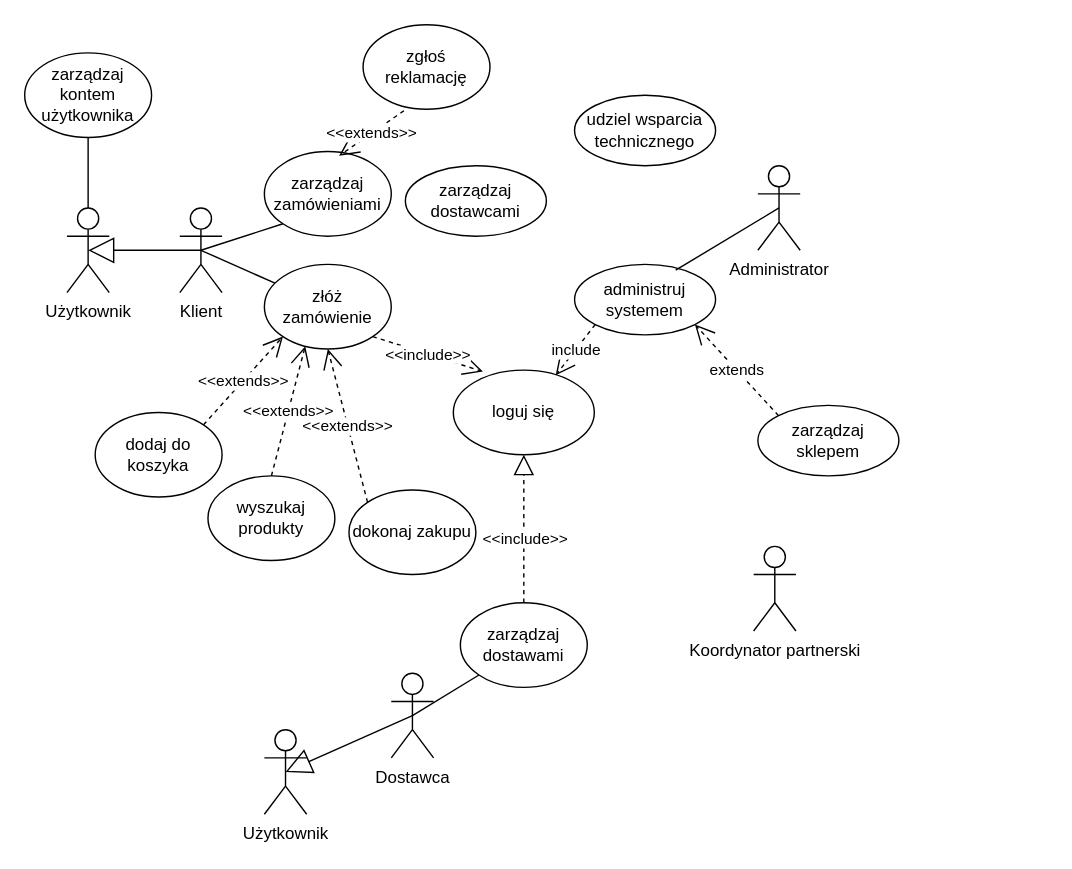
Before: DPU-przypadki/Diagram bez tytułu.drawio in Tarik-Alaiwi-dev/psi, a draw.io diagram. Source tidied: cells renumbered, new cells numbered last; positions are measured from the earlier drawing's top-left corner, leaving out a move shared by most shapes. Both pictures are drawn from the tidied source at 141%, with x=0, y=0 at pixel (24, 24).
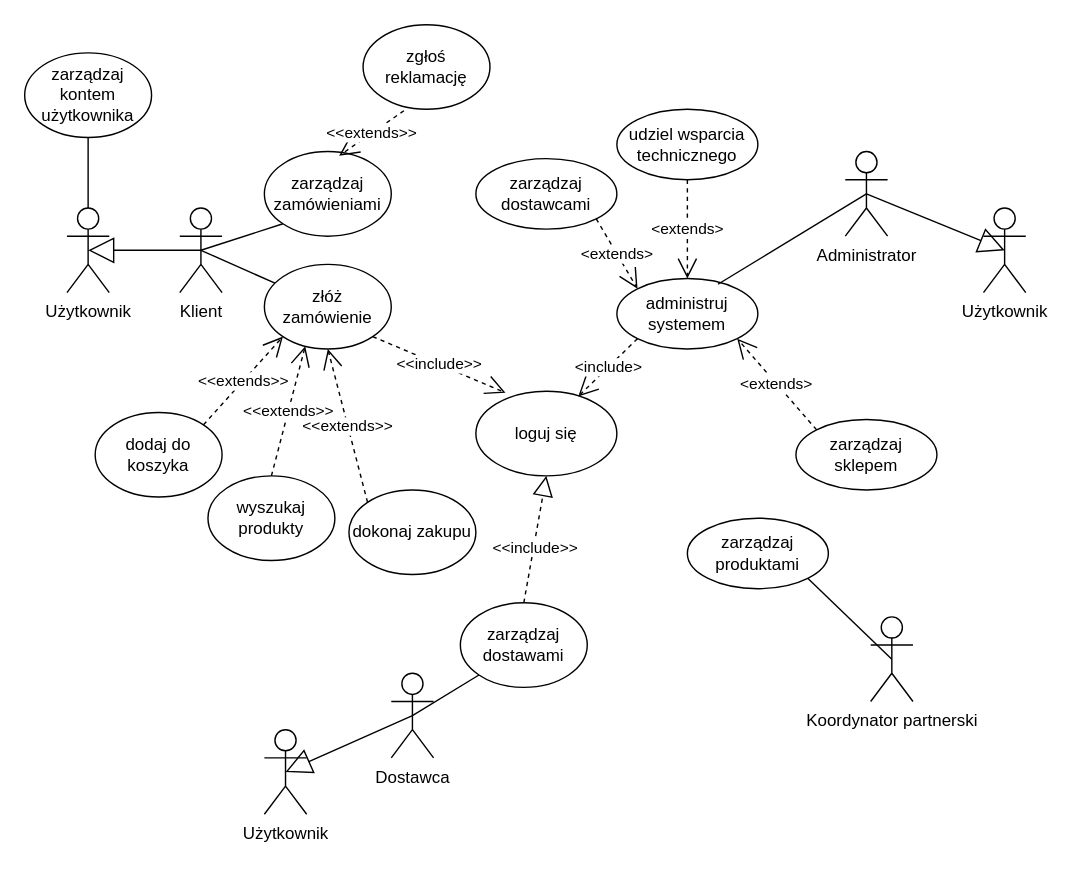
After the change.

The edit, as a diff of the source:
```diff
@@
     <mxCell id="2" value="loguj się" style="ellipse;whiteSpace=wrap;html=1;" parent="1" vertex="1">
-      <mxGeometry x="304" y="245" width="100" height="60" as="geometry" />
+      <mxGeometry x="320" y="260" width="100" height="60" as="geometry" />
     </mxCell>
     <mxCell id="3" value="Koordynator partnerski&lt;div&gt;&lt;br&gt;&lt;/div&gt;" style="shape=umlActor;verticalLabelPosition=bottom;verticalAlign=top;html=1;outlineConnect=0;" parent="1" vertex="1">
-      <mxGeometry x="517" y="370" width="30" height="60" as="geometry" />
+      <mxGeometry x="600" y="420" width="30" height="60" as="geometry" />
     </mxCell>
@@
     <mxCell id="5" value="Administrator&lt;div&gt;&lt;br&gt;&lt;/div&gt;" style="shape=umlActor;verticalLabelPosition=bottom;verticalAlign=top;html=1;outlineConnect=0;" parent="1" vertex="1">
-      <mxGeometry x="520" y="100" width="30" height="60" as="geometry" />
+      <mxGeometry x="582" y="90" width="30" height="60" as="geometry" />
     </mxCell>
@@
     <mxCell id="7" value="administruj systemem" style="ellipse;whiteSpace=wrap;html=1;" parent="1" vertex="1">
-      <mxGeometry x="390" y="170" width="100" height="50" as="geometry" />
+      <mxGeometry x="420" y="180" width="100" height="50" as="geometry" />
     </mxCell>
@@
     <mxCell id="11" value="zarządzaj sklepem" style="ellipse;whiteSpace=wrap;html=1;" parent="1" vertex="1">
-      <mxGeometry x="520" y="270" width="100" height="50" as="geometry" />
+      <mxGeometry x="547" y="280" width="100" height="50" as="geometry" />
     </mxCell>
@@
-    <mxCell id="13" value="include" style="endArrow=open;endSize=12;dashed=1;html=1;rounded=0;exitX=0;exitY=1;exitDx=0;exitDy=0;entryX=0.726;entryY=0.061;entryDx=0;entryDy=0;entryPerimeter=0;" parent="1" edge="1" source="7" target="2">
+    <mxCell id="13" value="&amp;lt;include&amp;gt;" style="endArrow=open;endSize=12;dashed=1;html=1;rounded=0;exitX=0;exitY=1;exitDx=0;exitDy=0;entryX=0.726;entryY=0.061;entryDx=0;entryDy=0;entryPerimeter=0;" parent="1" edge="1" source="7" target="2">
       <mxGeometry relative="1" as="geometry" />
     </mxCell>
@@
-    <mxCell id="15" value="extends" style="endArrow=open;endSize=12;dashed=1;html=1;rounded=0;strokeColor=default;align=center;verticalAlign=middle;fontFamily=Helvetica;fontSize=11;fontColor=default;labelBackgroundColor=default;entryX=1;entryY=1;entryDx=0;entryDy=0;exitX=0;exitY=0;exitDx=0;exitDy=0;" parent="1" edge="1" source="11" target="7">
+    <mxCell id="15" value="&amp;lt;extends&amp;gt;" style="endArrow=open;endSize=12;dashed=1;html=1;rounded=0;strokeColor=default;align=center;verticalAlign=middle;fontFamily=Helvetica;fontSize=11;fontColor=default;labelBackgroundColor=default;entryX=1;entryY=1;entryDx=0;entryDy=0;exitX=0;exitY=0;exitDx=0;exitDy=0;" parent="1" edge="1" source="11" target="7">
       <mxGeometry relative="1" as="geometry" />
     </mxCell>
@@
     <mxCell id="17" value="zarządzaj dostawcami" style="ellipse;whiteSpace=wrap;html=1;" parent="1" vertex="1">
-      <mxGeometry x="270" y="100" width="100" height="50" as="geometry" />
+      <mxGeometry x="320" y="95" width="100" height="50" as="geometry" />
     </mxCell>
@@
     <mxCell id="19" value="udziel wsparcia technicznego" style="ellipse;whiteSpace=wrap;html=1;" parent="1" vertex="1">
-      <mxGeometry x="390" y="50" width="100" height="50" as="geometry" />
+      <mxGeometry x="420" y="60" width="100" height="50" as="geometry" />
     </mxCell>
@@
+    <mxCell id="37" value="&amp;lt;extends&amp;gt;" style="endArrow=open;endSize=12;dashed=1;html=1;rounded=0;strokeColor=default;align=center;verticalAlign=middle;fontFamily=Helvetica;fontSize=11;fontColor=default;labelBackgroundColor=default;exitX=1;exitY=1;exitDx=0;exitDy=0;entryX=0;entryY=0;entryDx=0;entryDy=0;" parent="1" edge="1" source="17" target="7">
+      <mxGeometry relative="1" as="geometry" />
+    </mxCell>
@@
+    <mxCell id="38" value="&amp;lt;extends&amp;gt;" style="endArrow=open;endSize=12;dashed=1;html=1;rounded=0;strokeColor=default;align=center;verticalAlign=middle;fontFamily=Helvetica;fontSize=11;fontColor=default;labelBackgroundColor=default;exitX=0.5;exitY=1;exitDx=0;exitDy=0;entryX=0.5;entryY=0;entryDx=0;entryDy=0;" parent="1" edge="1" source="19" target="7">
+      <mxGeometry relative="1" as="geometry" />
+    </mxCell>
@@
+    <mxCell id="39" value="&lt;div&gt;Użytkownik&lt;/div&gt;" style="shape=umlActor;verticalLabelPosition=bottom;verticalAlign=top;html=1;outlineConnect=0;" parent="1" vertex="1">
+      <mxGeometry x="680" y="130" width="30" height="60" as="geometry" />
+    </mxCell>
@@
+    <mxCell id="40" style="endArrow=block;endSize=16;endFill=0;html=1;rounded=0;exitX=0.5;exitY=0.5;exitDx=0;exitDy=0;exitPerimeter=0;entryX=0.5;entryY=0.5;entryDx=0;entryDy=0;entryPerimeter=0;" parent="1" edge="1" source="5" target="39">
+      <mxGeometry relative="1" as="geometry" />
+    </mxCell>
@@
+    <mxCell id="41" value="zarządzaj produktami" style="ellipse;whiteSpace=wrap;html=1;" parent="1" vertex="1">
+      <mxGeometry x="470" y="350" width="100" height="50" as="geometry" />
+    </mxCell>
@@
+    <mxCell id="42" style="endArrow=none;html=1;rounded=0;strokeColor=default;align=center;verticalAlign=middle;fontFamily=Helvetica;fontSize=11;fontColor=default;labelBackgroundColor=default;entryX=1;entryY=1;entryDx=0;entryDy=0;exitX=0.5;exitY=0.5;exitDx=0;exitDy=0;exitPerimeter=0;" parent="1" edge="1" source="3" target="41">
+      <mxGeometry relative="1" as="geometry" />
+    </mxCell>
```
